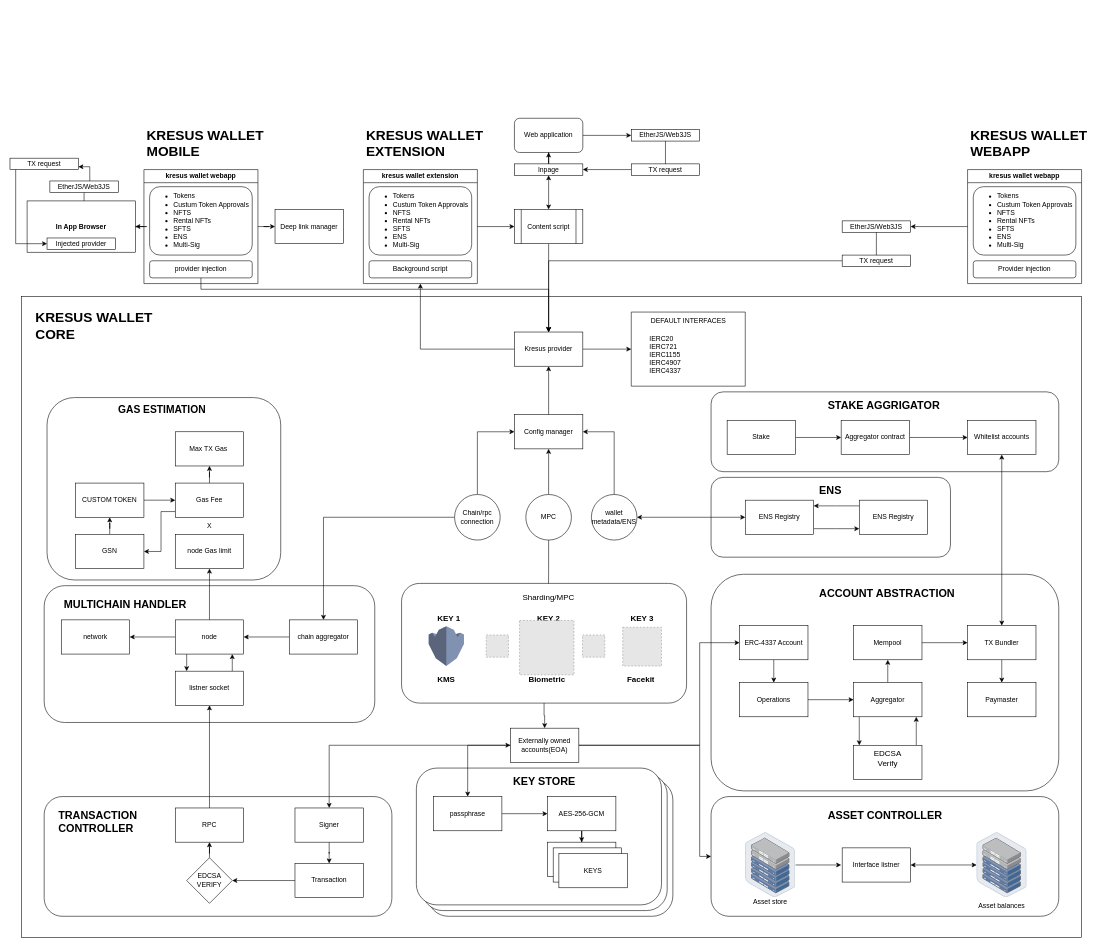
Earlier version of the draw.io diagram kresusextensionwallet.drawio (ali-05-ahmed/Concept-Diagrams). Source tidied: cells renumbered, new cells numbered last; positions are measured from the earlier drawing's top-left corner, leaving out a move shared by most shapes. Both pictures are drawn from the tidied source at 57%, with x=0, y=0 at pixel (10, 118). Pictures stored in the file or linked from it are replaced by grey dashed boxes.
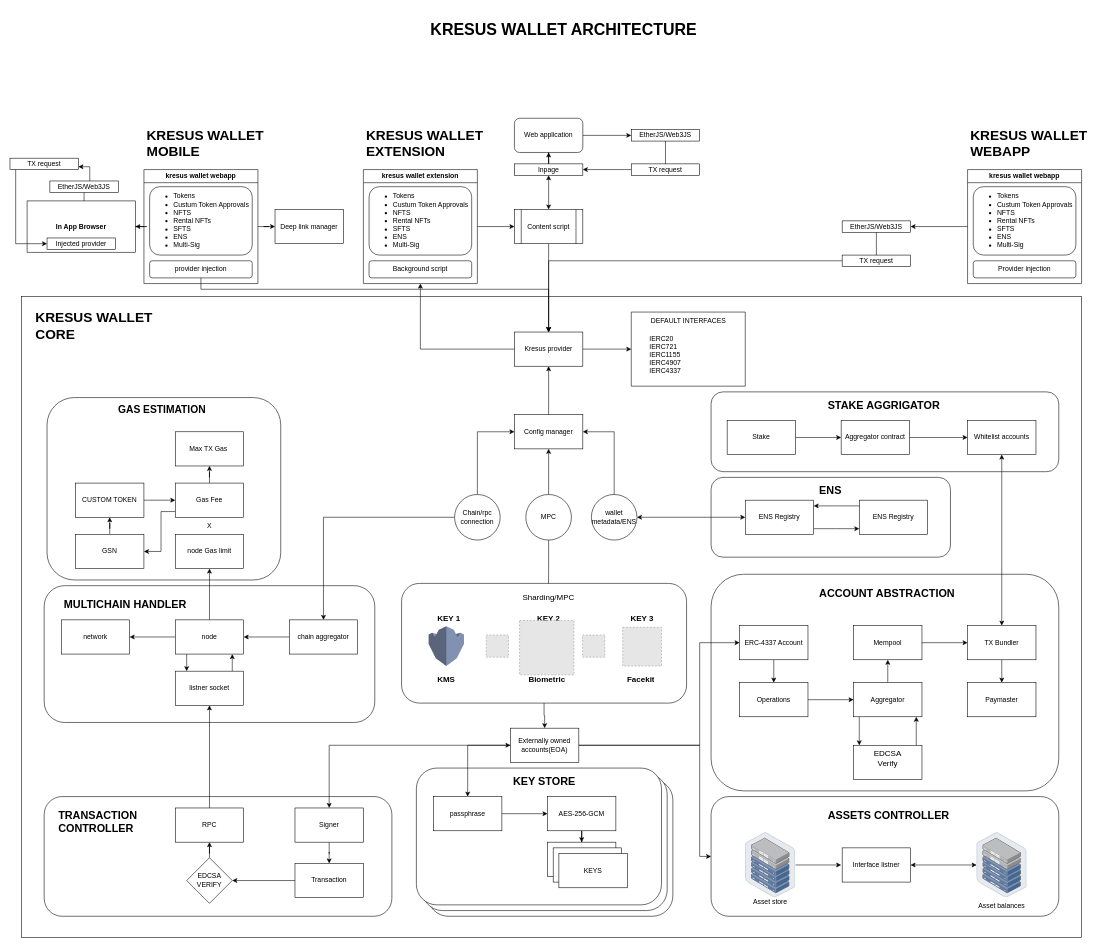
After the change.

What changed in the source:
```diff
@@
-    <mxCell id="137" value="&lt;h1 style=&quot;font-size: 19px;&quot;&gt;ASSET CONTROLLER&lt;/h1&gt;" style="text;html=1;strokeColor=none;fillColor=none;spacing=5;spacingTop=-20;whiteSpace=wrap;overflow=hidden;rounded=0;fontSize=19;" parent="1" vertex="1">
-      <mxGeometry x="1430" y="1210" width="210" height="30" as="geometry" />
+    <mxCell id="137" value="&lt;h1 style=&quot;font-size: 19px;&quot;&gt;ASSETS CONTROLLER&lt;/h1&gt;" style="text;html=1;strokeColor=none;fillColor=none;spacing=5;spacingTop=-20;whiteSpace=wrap;overflow=hidden;rounded=0;fontSize=19;" parent="1" vertex="1">
+      <mxGeometry x="1430" y="1210" width="230" height="30" as="geometry" />
     </mxCell>
@@
+    <mxCell id="164" value="&lt;h1 style=&quot;font-size: 28px;&quot;&gt;KRESUS WALLET ARCHITECTURE&lt;/h1&gt;" style="text;html=1;strokeColor=none;fillColor=none;spacing=5;spacingTop=-20;whiteSpace=wrap;overflow=hidden;rounded=0;fontSize=28;" parent="1" vertex="1">
+      <mxGeometry x="733" y="-180" width="483.5" height="40" as="geometry" />
+    </mxCell>
```
